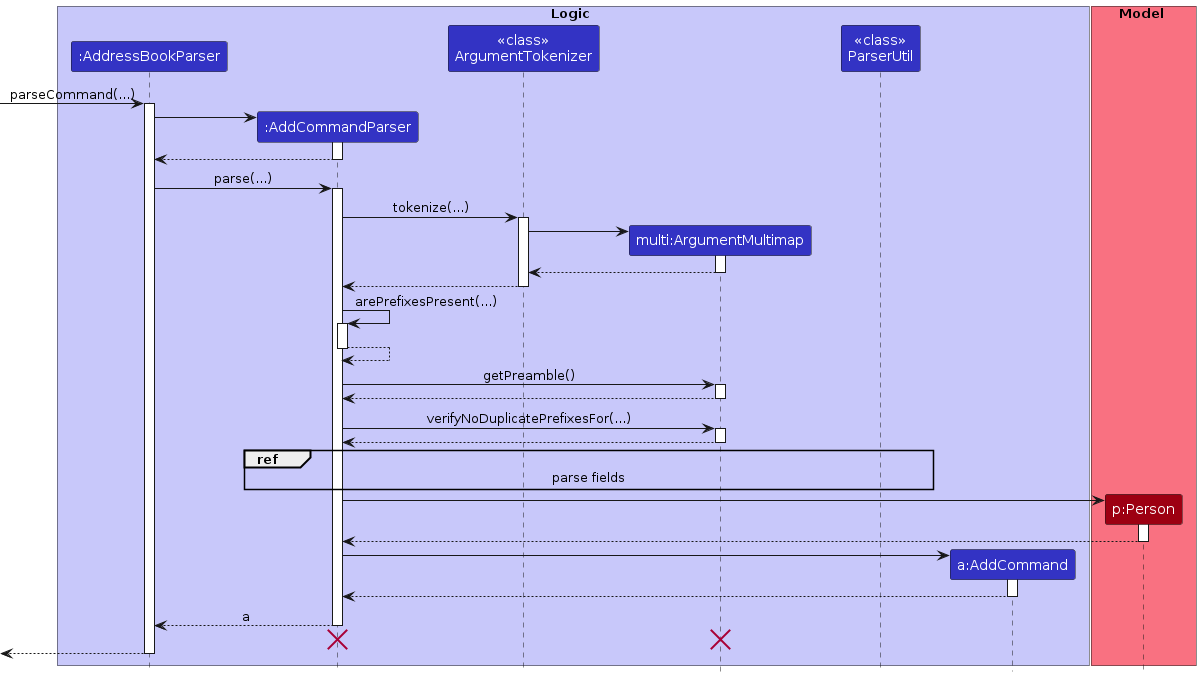
Earlier version of the PlantUML export diagrams/AddSequenceDiagram.png (AY2324S2-CS2103T-T10-1/tp). Its source is kept beside it as diagrams/AddSequenceDiagram.puml.
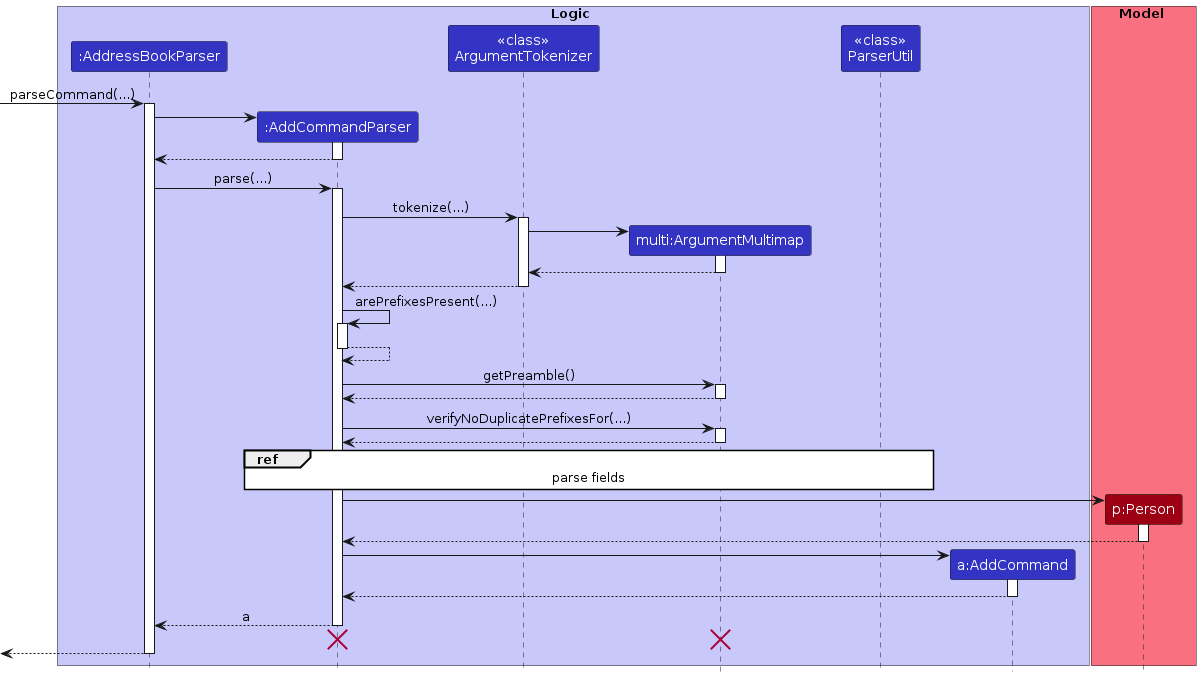
Later version of the same file.

Diff of the diagram source:
```diff
@@ -61,7 +61,11 @@
 deactivate ArgumentMultimap
 
 deactivate ArgumentTokenizer
-
+<style>
+Reference {
+  BackgroundColor White
+}
+</style>
 ref over AddCommandParser, ParserUtil : parse fields
 
 create Person
```
